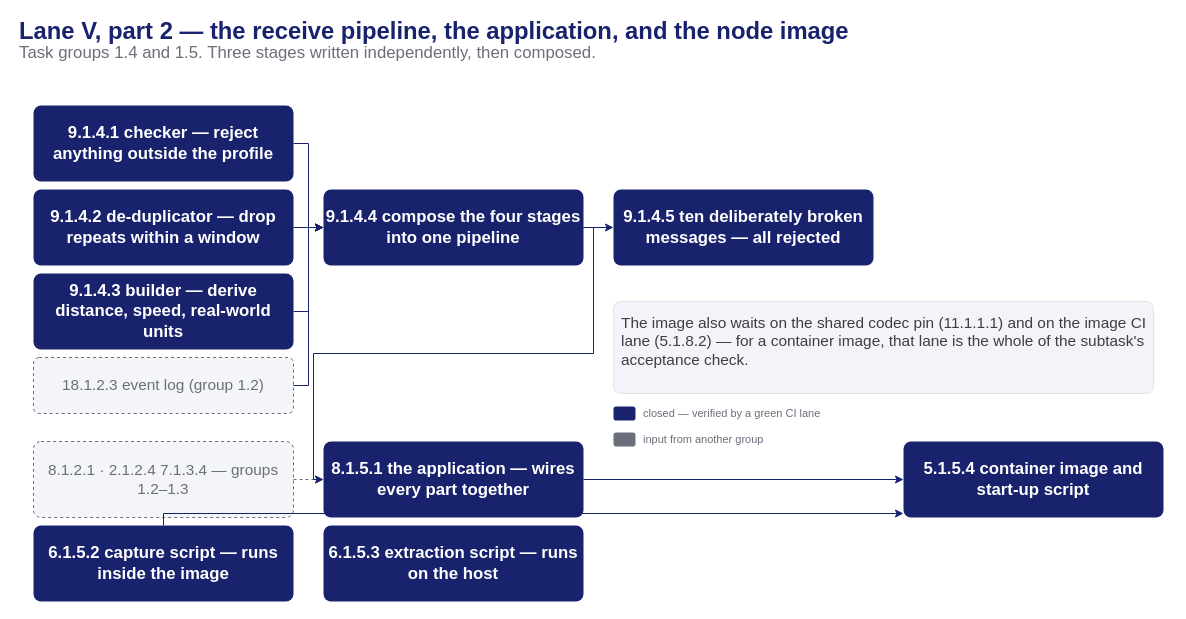
Above: presentation/assets/phase1-exec-lane-v-pipeline.drawio in mnpham2101/FPT-Hackathon2026 (draw.io), before the change. Source tidied: cells renumbered, new cells numbered last; positions are measured from the earlier drawing's top-left corner, leaving out a move shared by most shapes. Both pictures are drawn from the tidied source at 100%, with x=0, y=0 at pixel (17, 21).
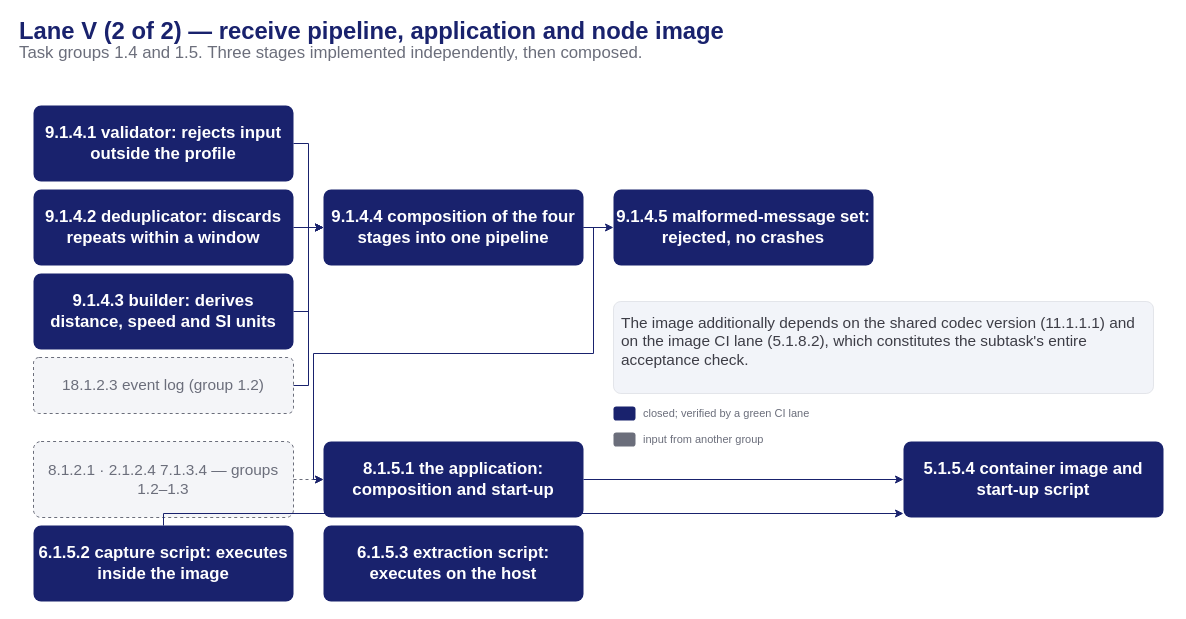
Above is the later version.

The edit, as a diff of the source:
```diff
@@
-    <mxCell id="2" value="Lane V, part 2 — the receive pipeline, the application, and the node image" style="text;html=1;align=left;verticalAlign=middle;fontSize=23.8;fontColor=#19226D;fontStyle=1;" parent="1" vertex="1">
+    <mxCell id="2" value="Lane V (2 of 2) — receive pipeline, application and node image" style="text;html=1;align=left;verticalAlign=middle;fontSize=23.8;fontColor=#19226D;fontStyle=1;" parent="1" vertex="1">
       <mxGeometry width="1152" height="20" as="geometry" />
     </mxCell>
-    <mxCell id="3" value="Task groups 1.4 and 1.5. Three stages written independently, then composed." style="text;html=1;align=left;verticalAlign=middle;fontSize=16.8;fontColor=#6b6e7b;fontStyle=0;" parent="1" vertex="1">
+    <mxCell id="3" value="Task groups 1.4 and 1.5. Three stages implemented independently, then composed." style="text;html=1;align=left;verticalAlign=middle;fontSize=16.8;fontColor=#6b6e7b;fontStyle=0;" parent="1" vertex="1">
       <mxGeometry y="22" width="1152" height="20" as="geometry" />
     </mxCell>
-    <mxCell id="4" value="9.1.4.1 checker — reject anything outside the profile" style="rounded=1;arcSize=10;html=1;fillColor=#19226D;strokeColor=none;fontColor=#ffffff;fontSize=16.8;fontStyle=1;whiteSpace=wrap;verticalAlign=middle;" parent="1" vertex="1">
+    <mxCell id="4" value="9.1.4.1 validator: rejects input outside the profile" style="rounded=1;arcSize=10;html=1;fillColor=#19226D;strokeColor=none;fontColor=#ffffff;fontSize=16.8;fontStyle=1;whiteSpace=wrap;verticalAlign=middle;" parent="1" vertex="1">
       <mxGeometry x="16" y="84" width="260" height="76" as="geometry" />
     </mxCell>
-    <mxCell id="5" value="9.1.4.2 de-duplicator — drop repeats within a window" style="rounded=1;arcSize=10;html=1;fillColor=#19226D;strokeColor=none;fontColor=#ffffff;fontSize=16.8;fontStyle=1;whiteSpace=wrap;verticalAlign=middle;" parent="1" vertex="1">
+    <mxCell id="5" value="9.1.4.2 deduplicator: discards repeats within a window" style="rounded=1;arcSize=10;html=1;fillColor=#19226D;strokeColor=none;fontColor=#ffffff;fontSize=16.8;fontStyle=1;whiteSpace=wrap;verticalAlign=middle;" parent="1" vertex="1">
       <mxGeometry x="16" y="168" width="260" height="76" as="geometry" />
     </mxCell>
-    <mxCell id="6" value="9.1.4.3 builder — derive distance, speed, real-world units" style="rounded=1;arcSize=10;html=1;fillColor=#19226D;strokeColor=none;fontColor=#ffffff;fontSize=16.8;fontStyle=1;whiteSpace=wrap;verticalAlign=middle;" parent="1" vertex="1">
+    <mxCell id="6" value="9.1.4.3 builder: derives distance, speed and SI units" style="rounded=1;arcSize=10;html=1;fillColor=#19226D;strokeColor=none;fontColor=#ffffff;fontSize=16.8;fontStyle=1;whiteSpace=wrap;verticalAlign=middle;" parent="1" vertex="1">
       <mxGeometry x="16" y="252" width="260" height="76" as="geometry" />
     </mxCell>
@@
-    <mxCell id="8" value="9.1.4.4 compose the four stages into one pipeline" style="rounded=1;arcSize=10;html=1;fillColor=#19226D;strokeColor=none;fontColor=#ffffff;fontSize=16.8;fontStyle=1;whiteSpace=wrap;verticalAlign=middle;" parent="1" vertex="1">
+    <mxCell id="8" value="9.1.4.4 composition of the four stages into one pipeline" style="rounded=1;arcSize=10;html=1;fillColor=#19226D;strokeColor=none;fontColor=#ffffff;fontSize=16.8;fontStyle=1;whiteSpace=wrap;verticalAlign=middle;" parent="1" vertex="1">
       <mxGeometry x="306" y="168" width="260" height="76" as="geometry" />
     </mxCell>
-    <mxCell id="9" value="9.1.4.5 ten deliberately broken messages — all rejected" style="rounded=1;arcSize=10;html=1;fillColor=#19226D;strokeColor=none;fontColor=#ffffff;fontSize=16.8;fontStyle=1;whiteSpace=wrap;verticalAlign=middle;" parent="1" vertex="1">
+    <mxCell id="9" value="9.1.4.5 malformed-message set: rejected, no crashes" style="rounded=1;arcSize=10;html=1;fillColor=#19226D;strokeColor=none;fontColor=#ffffff;fontSize=16.8;fontStyle=1;whiteSpace=wrap;verticalAlign=middle;" parent="1" vertex="1">
       <mxGeometry x="596" y="168" width="260" height="76" as="geometry" />
     </mxCell>
@@
-    <mxCell id="11" value="8.1.5.1 the application — wires every part together" style="rounded=1;arcSize=10;html=1;fillColor=#19226D;strokeColor=none;fontColor=#ffffff;fontSize=16.8;fontStyle=1;whiteSpace=wrap;verticalAlign=middle;" parent="1" vertex="1">
+    <mxCell id="11" value="8.1.5.1 the application: composition and start-up" style="rounded=1;arcSize=10;html=1;fillColor=#19226D;strokeColor=none;fontColor=#ffffff;fontSize=16.8;fontStyle=1;whiteSpace=wrap;verticalAlign=middle;" parent="1" vertex="1">
       <mxGeometry x="306" y="420" width="260" height="76" as="geometry" />
     </mxCell>
@@
-    <mxCell id="13" value="6.1.5.2 capture script — runs inside the image" style="rounded=1;arcSize=10;html=1;fillColor=#19226D;strokeColor=none;fontColor=#ffffff;fontSize=16.8;fontStyle=1;whiteSpace=wrap;verticalAlign=middle;" parent="1" vertex="1">
+    <mxCell id="13" value="6.1.5.2 capture script: executes inside the image" style="rounded=1;arcSize=10;html=1;fillColor=#19226D;strokeColor=none;fontColor=#ffffff;fontSize=16.8;fontStyle=1;whiteSpace=wrap;verticalAlign=middle;" parent="1" vertex="1">
       <mxGeometry x="16" y="504" width="260" height="76" as="geometry" />
     </mxCell>
-    <mxCell id="14" value="6.1.5.3 extraction script — runs on the host" style="rounded=1;arcSize=10;html=1;fillColor=#19226D;strokeColor=none;fontColor=#ffffff;fontSize=16.8;fontStyle=1;whiteSpace=wrap;verticalAlign=middle;" parent="1" vertex="1">
+    <mxCell id="14" value="6.1.5.3 extraction script: executes on the host" style="rounded=1;arcSize=10;html=1;fillColor=#19226D;strokeColor=none;fontColor=#ffffff;fontSize=16.8;fontStyle=1;whiteSpace=wrap;verticalAlign=middle;" parent="1" vertex="1">
       <mxGeometry x="306" y="504" width="260" height="76" as="geometry" />
     </mxCell>
@@
-    <mxCell id="24" value="The image also waits on the shared codec pin (11.1.1.1) and on the image CI lane (5.1.8.2) — for a container image, that lane is the whole of the subtask's acceptance check." style="rounded=1;arcSize=8;html=1;fillColor=#f2f4f9;strokeColor=#e3e5ea;fontColor=#3d3d46;fontSize=15.4;align=left;whiteSpace=wrap;verticalAlign=top;spacing=8;" parent="1" vertex="1">
+    <mxCell id="24" value="The image additionally depends on the shared codec version (11.1.1.1) and on the image CI lane (5.1.8.2), which constitutes the subtask's entire acceptance check." style="rounded=1;arcSize=8;html=1;fillColor=#f2f4f9;strokeColor=#e3e5ea;fontColor=#3d3d46;fontSize=15.4;align=left;whiteSpace=wrap;verticalAlign=top;spacing=8;" parent="1" vertex="1">
       <mxGeometry x="596" y="280" width="540" height="92" as="geometry" />
     </mxCell>
@@
-    <mxCell id="26" value="closed — verified by a green CI lane" style="text;html=1;align=left;verticalAlign=middle;fontSize=11;fontColor=#6b6e7b;" parent="1" vertex="1">
+    <mxCell id="26" value="closed; verified by a green CI lane" style="text;html=1;align=left;verticalAlign=middle;fontSize=11;fontColor=#6b6e7b;" parent="1" vertex="1">
       <mxGeometry x="624" y="382" width="300" height="20" as="geometry" />
     </mxCell>
```
